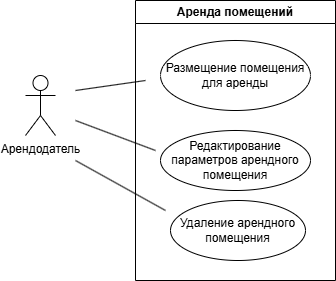
Wandskape/DDDIA keeps this draw.io diagram as 1/diagrams/use case landlord.drawio.png. Above is the earlier version. Source tidied: cells renumbered, new cells last; positions are measured from the earlier drawing's top-left corner, leaving out a move shared by most shapes.
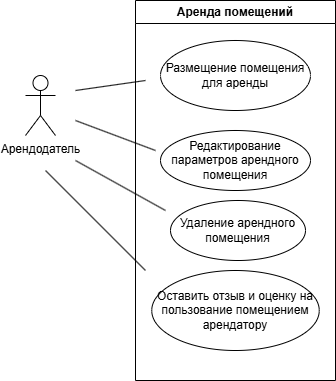
After the change.

What changed in the source:
```diff
@@ -3,7 +3,7 @@
     <mxCell id="0" />
     <mxCell id="1" parent="0" />
     <mxCell id="2" value="Аренда помещений" style="swimlane;whiteSpace=wrap;html=1;" parent="1" vertex="1">
-      <mxGeometry x="110" width="200" height="280" as="geometry" />
+      <mxGeometry x="110" width="200" height="380" as="geometry" />
     </mxCell>
     <mxCell id="3" value="Размещение помещения для аренды" style="ellipse;whiteSpace=wrap;html=1;" parent="2" vertex="1">
       <mxGeometry x="25" y="40" width="150" height="70" as="geometry" />
@@ -14,26 +14,35 @@
     <mxCell id="5" value="Удаление арендного помещения" style="ellipse;whiteSpace=wrap;html=1;" parent="2" vertex="1">
       <mxGeometry x="35" y="200" width="135" height="60" as="geometry" />
     </mxCell>
+    <mxCell id="10" value="Оставить отзыв и оценку на пользование помещением арендатору" style="ellipse;whiteSpace=wrap;html=1;" parent="2" vertex="1">
+      <mxGeometry x="16.2" y="270" width="167.5" height="80" as="geometry" />
+    </mxCell>
     <mxCell id="6" value="Арендодатель" style="shape=umlActor;verticalLabelPosition=bottom;verticalAlign=top;html=1;" parent="1" vertex="1">
       <mxGeometry y="75" width="30" height="60" as="geometry" />
     </mxCell>
-    <mxCell id="7" style="endArrow=none;html=1;rounded=0;" parent="1" edge="1">
-      <mxGeometry relative="1" as="geometry">
-        <mxPoint x="50" y="90" as="sourcePoint" />
-        <mxPoint x="120" y="80" as="targetPoint" />
-      </mxGeometry>
-    </mxCell>
-    <mxCell id="8" style="endArrow=none;html=1;rounded=0;" parent="1" edge="1">
-      <mxGeometry relative="1" as="geometry">
-        <mxPoint x="50" y="120" as="sourcePoint" />
-        <mxPoint x="130" y="150" as="targetPoint" />
-      </mxGeometry>
-    </mxCell>
-    <mxCell id="9" style="endArrow=none;html=1;rounded=0;" parent="1" edge="1">
-      <mxGeometry relative="1" as="geometry">
-        <mxPoint x="140" y="210" as="sourcePoint" />
-        <mxPoint x="50" y="160" as="targetPoint" />
-      </mxGeometry>
-    </mxCell>
+    <mxCell id="11" style="endArrow=none;html=1;rounded=0;" parent="1" edge="1">
+      <mxGeometry relative="1" as="geometry">
+        <mxPoint x="50" y="90" as="sourcePoint" />
+        <mxPoint x="120" y="80" as="targetPoint" />
+      </mxGeometry>
+    </mxCell>
+    <mxCell id="12" style="endArrow=none;html=1;rounded=0;" parent="1" edge="1">
+      <mxGeometry relative="1" as="geometry">
+        <mxPoint x="50" y="120" as="sourcePoint" />
+        <mxPoint x="130" y="150" as="targetPoint" />
+      </mxGeometry>
+    </mxCell>
+    <mxCell id="13" style="endArrow=none;html=1;rounded=0;" parent="1" edge="1">
+      <mxGeometry relative="1" as="geometry">
+        <mxPoint x="140" y="210" as="sourcePoint" />
+        <mxPoint x="50" y="160" as="targetPoint" />
+      </mxGeometry>
+    </mxCell>
+    <mxCell id="14" style="endArrow=none;html=1;rounded=0;" parent="1" edge="1">
+      <mxGeometry relative="1" as="geometry">
+        <mxPoint x="120" y="270" as="sourcePoint" />
+        <mxPoint x="20" y="170" as="targetPoint" />
+      </mxGeometry>
+    </mxCell>
   </root>
 </mxGraphModel>
```
